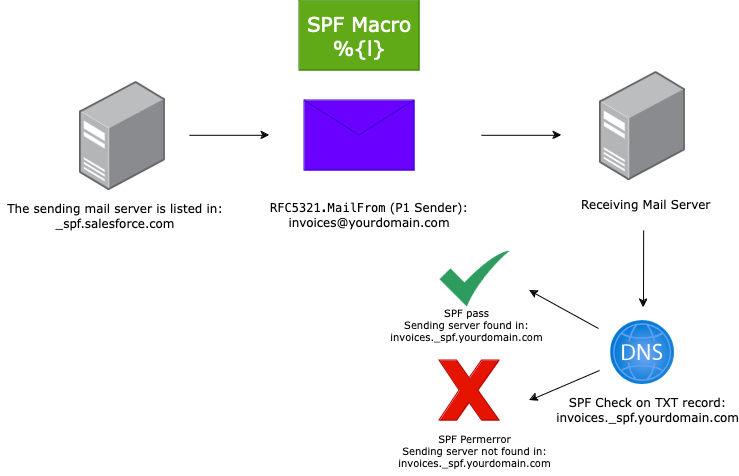
Earlier version of the draw.io export docs/images/handle-your-spf-record/spf-macro-visual.png (vand3rlinden/vand3rlinden.github.io). Source tidied: cells renumbered, new cells last; positions are measured from the earlier drawing's top-left corner, leaving out a move shared by most shapes.
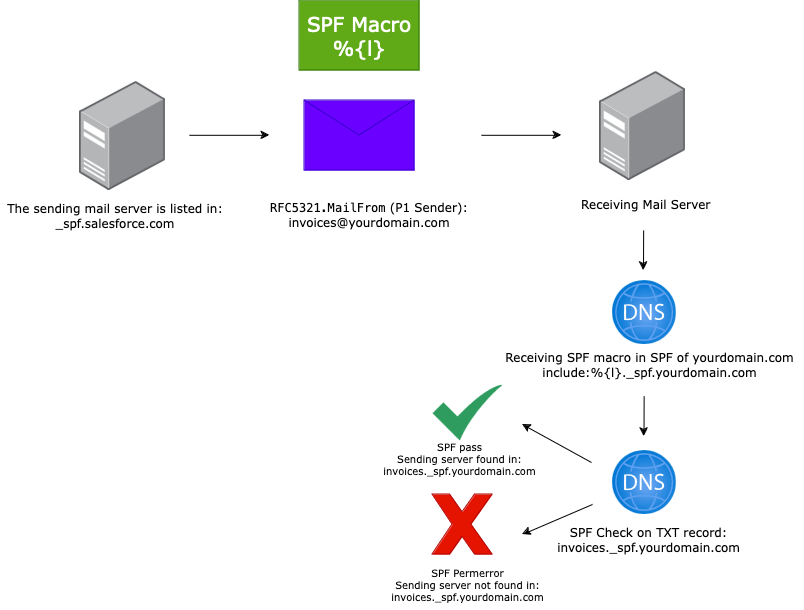
The same diagram one commit later.

What changed in the source:
```diff
@@ -36,40 +36,52 @@
       <mxGeometry x="579" y="190" width="140" height="40" as="geometry" />
     </mxCell>
     <mxCell id="11" style="image;html=1;align=center;fontSize=12;image=img/lib/azure2/networking/DNS_Zones.svg;" parent="1" vertex="1">
-      <mxGeometry x="610.2" y="320" width="64" height="64" as="geometry" />
+      <mxGeometry x="611.8" y="450" width="64" height="64" as="geometry" />
     </mxCell>
     <mxCell id="12" style="endArrow=classic;html=1;rounded=0;" parent="1" edge="1">
       <mxGeometry relative="1" as="geometry">
         <mxPoint x="643.1" y="230" as="sourcePoint" />
-        <mxPoint x="643" y="307" as="targetPoint" />
+        <mxPoint x="643" y="270" as="targetPoint" />
       </mxGeometry>
     </mxCell>
-    <mxCell id="13" value="SPF Check on TXT record:&lt;br&gt;invoices._spf.yourdomain.com" style="text;html=1;align=center;verticalAlign=middle;whiteSpace=wrap;rounded=0;fontFamily=Verdana;" parent="1" vertex="1">
-      <mxGeometry x="566.7" y="394" width="161.3" height="30" as="geometry" />
+    <mxCell id="13" value="SPF Check on TXT record:&lt;br style=&quot;font-size: 12px;&quot;&gt;invoices._spf.yourdomain.com" style="text;html=1;align=center;verticalAlign=middle;whiteSpace=wrap;rounded=0;fontFamily=Verdana;fontSize=12;" parent="1" vertex="1">
+      <mxGeometry x="568.4" y="524" width="161.3" height="30" as="geometry" />
     </mxCell>
     <mxCell id="14" style="sketch=0;html=1;strokeColor=none;shadow=0;align=center;fillColor=#2D9C5E;verticalAlign=top;labelPosition=center;verticalLabelPosition=bottom;shape=mxgraph.gcp2.check;" parent="1" vertex="1">
-      <mxGeometry x="439" y="250" width="70" height="56" as="geometry" />
+      <mxGeometry x="432" y="384" width="70" height="56" as="geometry" />
     </mxCell>
     <mxCell id="15" value="SPF pass&lt;br style=&quot;font-size: 10px;&quot;&gt;Sending server found in:&lt;br&gt;invoices._spf.yourdomain.com" style="text;html=1;align=center;verticalAlign=middle;strokeColor=none;fillColor=none;fontFamily=Verdana;fontSize=10;" parent="1" vertex="1">
-      <mxGeometry x="376" y="299" width="180" height="50" as="geometry" />
+      <mxGeometry x="369" y="433" width="180" height="50" as="geometry" />
     </mxCell>
     <mxCell id="16" style="verticalLabelPosition=bottom;verticalAlign=top;html=1;shape=mxgraph.basic.x;fillColor=#e51400;fontColor=#ffffff;strokeColor=#B20000;" parent="1" vertex="1">
-      <mxGeometry x="439" y="360" width="60" height="60" as="geometry" />
+      <mxGeometry x="432" y="494" width="60" height="60" as="geometry" />
     </mxCell>
     <mxCell id="17" value="SPF Permerror&lt;br&gt;Sending server not found in:&lt;br&gt;invoices._spf.yourdomain.com" style="text;html=1;align=center;verticalAlign=middle;strokeColor=none;fillColor=none;fontFamily=Verdana;fontSize=10;" parent="1" vertex="1">
-      <mxGeometry x="384" y="425" width="180" height="50" as="geometry" />
+      <mxGeometry x="377" y="559" width="180" height="50" as="geometry" />
     </mxCell>
     <mxCell id="18" style="endArrow=classic;html=1;rounded=0;exitX=0.15;exitY=0.3;exitDx=0;exitDy=0;exitPerimeter=0;" parent="1" edge="1">
       <mxGeometry relative="1" as="geometry">
-        <mxPoint x="598" y="328" as="sourcePoint" />
-        <mxPoint x="529" y="290" as="targetPoint" />
+        <mxPoint x="591" y="462" as="sourcePoint" />
+        <mxPoint x="522" y="424" as="targetPoint" />
       </mxGeometry>
     </mxCell>
     <mxCell id="19" style="endArrow=classic;html=1;rounded=0;" parent="1" edge="1">
       <mxGeometry relative="1" as="geometry">
-        <mxPoint x="599" y="370" as="sourcePoint" />
-        <mxPoint x="529" y="400" as="targetPoint" />
+        <mxPoint x="592" y="504" as="sourcePoint" />
+        <mxPoint x="522" y="534" as="targetPoint" />
       </mxGeometry>
     </mxCell>
+    <mxCell id="20" style="image;html=1;align=center;fontSize=12;image=img/lib/azure2/networking/DNS_Zones.svg;" parent="1" vertex="1">
+      <mxGeometry x="611.8" y="280" width="64" height="64" as="geometry" />
+    </mxCell>
+    <mxCell id="21" value="Receiving SPF macro in SPF of yourdomain.com&lt;br style=&quot;font-size: 12px;&quot;&gt;include:%{l}._spf.yourdomain.com" style="text;html=1;align=center;verticalAlign=middle;strokeColor=none;fillColor=none;fontFamily=Verdana;fontSize=12;" parent="1" vertex="1">
+      <mxGeometry x="494" y="344" width="310" height="40" as="geometry" />
+    </mxCell>
+    <mxCell id="22" style="endArrow=classic;html=1;rounded=0;" parent="1" edge="1">
+      <mxGeometry relative="1" as="geometry">
+        <mxPoint x="643.6" y="396" as="sourcePoint" />
+        <mxPoint x="643.5" y="436" as="targetPoint" />
+      </mxGeometry>
+    </mxCell>
   </root>
 </mxGraphModel>
```
